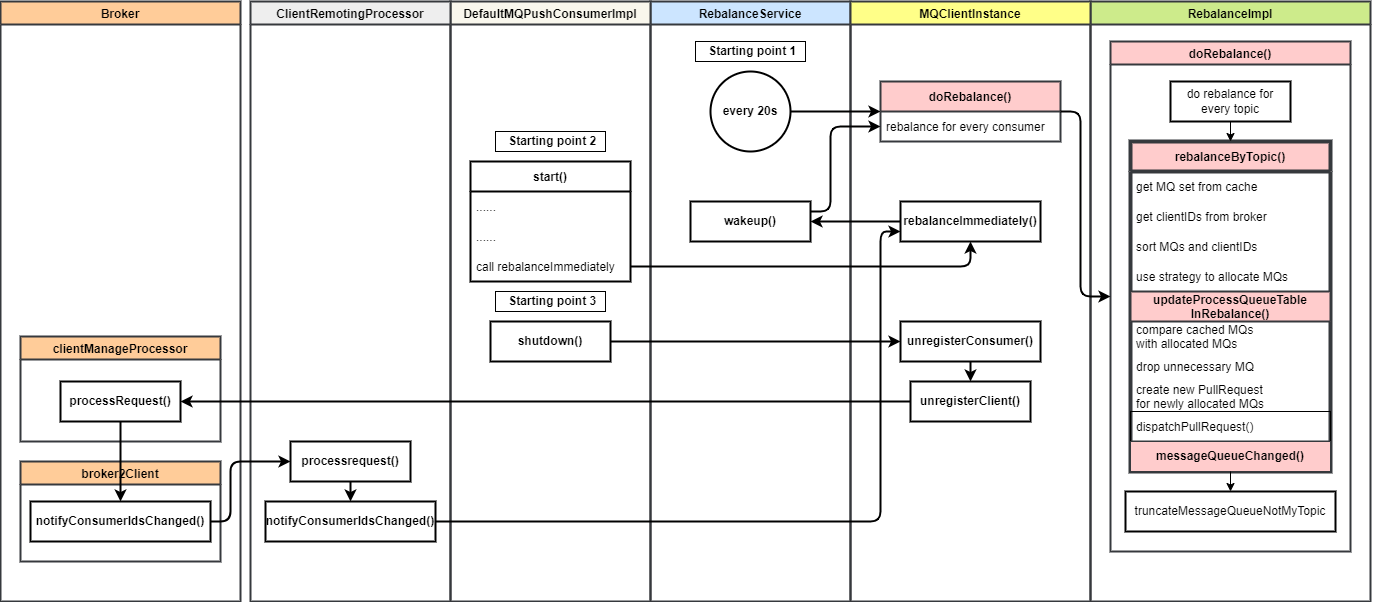
Above: assets/rocketmq-consume-message/rocketmq-consumer-rebalance-process.drawio.png in HScarb/knowledge (draw.io), before the change. Source tidied: cells renumbered, new cells last; positions are measured from the earlier drawing's top-left corner, leaving out a move shared by most shapes. Source of this version:
```xml
<mxGraphModel>
  <root>
    <mxCell id="0" />
    <mxCell id="1" parent="0" />
    <mxCell id="2" value="RebalanceService" style="swimlane;strokeWidth=2;fillColor=#cce5ff;strokeColor=#36393d;" parent="1" vertex="1">
      <mxGeometry x="650" width="200" height="600" as="geometry" />
    </mxCell>
    <mxCell id="3" value="every 20s" style="ellipse;whiteSpace=wrap;html=1;strokeWidth=2;fontStyle=1;" parent="2" vertex="1">
      <mxGeometry x="60" y="70" width="80" height="80" as="geometry" />
    </mxCell>
    <mxCell id="4" value="wakeup()" style="rounded=0;whiteSpace=wrap;html=1;strokeColor=default;strokeWidth=2;fontStyle=1;" parent="2" vertex="1">
      <mxGeometry x="40" y="200" width="120" height="40" as="geometry" />
    </mxCell>
    <mxCell id="5" value="&amp;nbsp;Starting point 1" style="text;html=1;align=center;verticalAlign=middle;strokeWidth=1;fontStyle=1;shadow=0;sketch=0;strokeColor=default;fillColor=none;" parent="2" vertex="1">
      <mxGeometry x="45" y="40" width="110" height="20" as="geometry" />
    </mxCell>
    <mxCell id="6" value="RebalanceImpl" style="swimlane;strokeWidth=2;fillColor=#cdeb8b;strokeColor=#36393d;" parent="1" vertex="1">
      <mxGeometry x="1090" width="280" height="600" as="geometry" />
    </mxCell>
    <mxCell id="7" value="doRebalance()" style="swimlane;strokeWidth=2;fillColor=#ffcccc;strokeColor=#36393d;" parent="6" vertex="1">
      <mxGeometry x="20" y="40" width="240" height="510" as="geometry" />
    </mxCell>
    <mxCell id="8" value="rebalanceByTopic()" style="swimlane;fontStyle=1;horizontal=1;startSize=30;strokeWidth=4;fillColor=#ffcccc;strokeColor=#36393d;" parent="7" vertex="1">
      <mxGeometry x="20" y="100" width="200" height="330" as="geometry" />
    </mxCell>
    <mxCell id="9" value="get MQ set from cache" style="text;strokeColor=none;fillColor=none;align=left;verticalAlign=middle;spacingLeft=4;spacingRight=4;overflow=hidden;" parent="8" vertex="1">
      <mxGeometry y="30" width="200" height="30" as="geometry" />
    </mxCell>
    <mxCell id="10" value="get clientIDs from broker" style="text;strokeColor=none;fillColor=none;align=left;verticalAlign=middle;spacingLeft=4;spacingRight=4;overflow=hidden;" parent="8" vertex="1">
      <mxGeometry y="60" width="200" height="30" as="geometry" />
    </mxCell>
    <mxCell id="11" value="sort MQs and clientIDs" style="text;strokeColor=none;fillColor=none;align=left;verticalAlign=middle;spacingLeft=4;spacingRight=4;overflow=hidden;" parent="8" vertex="1">
      <mxGeometry y="90" width="200" height="30" as="geometry" />
    </mxCell>
    <mxCell id="12" value="use strategy to allocate MQs" style="text;strokeColor=none;fillColor=none;align=left;verticalAlign=middle;spacingLeft=4;spacingRight=4;overflow=hidden;" parent="8" vertex="1">
      <mxGeometry y="120" width="200" height="30" as="geometry" />
    </mxCell>
    <mxCell id="13" value="updateProcessQueueTable&#10;InRebalance()" style="swimlane;fontStyle=1;horizontal=1;startSize=30;strokeWidth=2;fillColor=#ffcccc;strokeColor=#36393d;" parent="8" vertex="1">
      <mxGeometry y="150" width="200" height="150" as="geometry" />
    </mxCell>
    <mxCell id="14" value="compare cached MQs&#10;with allocated MQs" style="text;strokeColor=none;fillColor=none;align=left;verticalAlign=middle;spacingLeft=4;spacingRight=4;overflow=hidden;" parent="13" vertex="1">
      <mxGeometry y="30" width="200" height="30" as="geometry" />
    </mxCell>
    <mxCell id="15" value="drop unnecessary MQ" style="text;strokeColor=none;fillColor=none;align=left;verticalAlign=middle;spacingLeft=4;spacingRight=4;overflow=hidden;" parent="13" vertex="1">
      <mxGeometry y="60" width="200" height="30" as="geometry" />
    </mxCell>
    <mxCell id="16" value="create new PullRequest &#10;for newly allocated MQs" style="text;strokeColor=none;fillColor=none;align=left;verticalAlign=middle;spacingLeft=4;spacingRight=4;overflow=hidden;" parent="13" vertex="1">
      <mxGeometry y="90" width="200" height="30" as="geometry" />
    </mxCell>
    <mxCell id="17" value="dispatchPullRequest()" style="text;strokeColor=default;fillColor=none;align=left;verticalAlign=middle;spacingLeft=4;spacingRight=4;overflow=hidden;rounded=0;" parent="13" vertex="1">
      <mxGeometry y="120" width="200" height="30" as="geometry" />
    </mxCell>
    <mxCell id="18" value="messageQueueChanged()" style="rounded=0;whiteSpace=wrap;html=1;strokeColor=#36393d;strokeWidth=1;fontStyle=1;fillColor=#ffcccc;" parent="8" vertex="1">
      <mxGeometry y="300" width="200" height="30" as="geometry" />
    </mxCell>
    <mxCell id="19" style="edgeStyle=none;html=1;" parent="7" edge="1" source="20" target="8">
      <mxGeometry relative="1" as="geometry" />
    </mxCell>
    <mxCell id="20" value="do rebalance for every topic" style="rounded=0;whiteSpace=wrap;html=1;strokeWidth=2;" parent="7" vertex="1">
      <mxGeometry x="60" y="40" width="120" height="40" as="geometry" />
    </mxCell>
    <mxCell id="21" value="truncateMessageQueueNotMyTopic" style="rounded=0;whiteSpace=wrap;html=1;strokeColor=default;strokeWidth=2;" parent="7" vertex="1">
      <mxGeometry x="15" y="450" width="210" height="40" as="geometry" />
    </mxCell>
    <mxCell id="22" style="edgeStyle=none;html=1;" parent="7" edge="1" source="18" target="21">
      <mxGeometry relative="1" as="geometry" />
    </mxCell>
    <mxCell id="23" value="MQClientInstance" style="swimlane;strokeWidth=2;fillColor=#ffff88;strokeColor=#36393d;" parent="1" vertex="1">
      <mxGeometry x="850" width="240" height="600" as="geometry" />
    </mxCell>
    <mxCell id="24" value="doRebalance()" style="swimlane;fontStyle=1;horizontal=1;startSize=30;strokeWidth=2;fillColor=#ffcccc;strokeColor=#36393d;" parent="23" vertex="1">
      <mxGeometry x="30" y="80" width="180" height="60" as="geometry" />
    </mxCell>
    <mxCell id="25" value="rebalance for every consumer" style="text;strokeColor=none;fillColor=none;align=left;verticalAlign=middle;spacingLeft=4;spacingRight=4;overflow=hidden;points=[[0,0.5],[1,0.5]];portConstraint=eastwest;" parent="24" vertex="1">
      <mxGeometry y="30" width="180" height="30" as="geometry" />
    </mxCell>
    <mxCell id="26" value="rebalanceImmediately()" style="rounded=0;whiteSpace=wrap;html=1;strokeColor=default;strokeWidth=2;fontStyle=1;" parent="23" vertex="1">
      <mxGeometry x="50" y="200" width="140" height="40" as="geometry" />
    </mxCell>
    <mxCell id="27" style="edgeStyle=orthogonalEdgeStyle;html=1;strokeWidth=2;" parent="23" edge="1" source="28" target="29">
      <mxGeometry relative="1" as="geometry" />
    </mxCell>
    <mxCell id="28" value="unregisterConsumer()" style="rounded=0;whiteSpace=wrap;html=1;strokeColor=default;strokeWidth=2;fontStyle=1;" parent="23" vertex="1">
      <mxGeometry x="50" y="320" width="140" height="40" as="geometry" />
    </mxCell>
    <mxCell id="29" value="unregisterClient()" style="rounded=0;whiteSpace=wrap;html=1;strokeColor=default;strokeWidth=2;fontStyle=1;" parent="23" vertex="1">
      <mxGeometry x="60" y="380" width="120" height="40" as="geometry" />
    </mxCell>
    <mxCell id="30" style="edgeStyle=none;html=1;strokeWidth=2;" parent="1" edge="1" source="3" target="24">
      <mxGeometry relative="1" as="geometry" />
    </mxCell>
    <mxCell id="31" style="edgeStyle=orthogonalEdgeStyle;html=1;strokeWidth=2;" parent="1" edge="1" source="24" target="7">
      <mxGeometry relative="1" as="geometry">
        <Array as="points">
          <mxPoint x="1080" y="110" />
          <mxPoint x="1080" y="295" />
        </Array>
      </mxGeometry>
    </mxCell>
    <mxCell id="32" style="edgeStyle=orthogonalEdgeStyle;html=1;strokeWidth=2;" parent="1" edge="1" source="4" target="25">
      <mxGeometry relative="1" as="geometry">
        <Array as="points">
          <mxPoint x="830" y="210" />
          <mxPoint x="830" y="125" />
        </Array>
      </mxGeometry>
    </mxCell>
    <mxCell id="33" style="edgeStyle=orthogonalEdgeStyle;html=1;strokeWidth=2;" parent="1" edge="1" source="26" target="4">
      <mxGeometry relative="1" as="geometry" />
    </mxCell>
    <mxCell id="34" value="DefaultMQPushConsumerImpl" style="swimlane;rounded=0;strokeColor=#36393d;strokeWidth=2;fillColor=#f9f7ed;" parent="1" vertex="1">
      <mxGeometry x="450" width="200" height="600" as="geometry" />
    </mxCell>
    <mxCell id="35" value="start()" style="swimlane;fontStyle=1;horizontal=1;startSize=30;rounded=0;strokeColor=default;strokeWidth=2;" parent="34" vertex="1">
      <mxGeometry x="20" y="160" width="160" height="120" as="geometry" />
    </mxCell>
    <mxCell id="36" value="......" style="text;strokeColor=none;fillColor=none;align=left;verticalAlign=middle;spacingLeft=4;spacingRight=4;overflow=hidden;rounded=0;" parent="35" vertex="1">
      <mxGeometry y="30" width="160" height="30" as="geometry" />
    </mxCell>
    <mxCell id="37" value="......" style="text;strokeColor=none;fillColor=none;align=left;verticalAlign=middle;spacingLeft=4;spacingRight=4;overflow=hidden;rounded=0;" parent="35" vertex="1">
      <mxGeometry y="60" width="160" height="30" as="geometry" />
    </mxCell>
    <mxCell id="38" value="call rebalanceImmediately" style="text;strokeColor=none;fillColor=none;align=left;verticalAlign=middle;spacingLeft=4;spacingRight=4;overflow=hidden;points=[[0,0.5],[1,0.5]];portConstraint=eastwest;rounded=0;" parent="35" vertex="1">
      <mxGeometry y="90" width="160" height="30" as="geometry" />
    </mxCell>
    <mxCell id="39" value="shutdown()" style="rounded=0;whiteSpace=wrap;html=1;strokeColor=default;strokeWidth=2;fontStyle=1;" parent="34" vertex="1">
      <mxGeometry x="40" y="320" width="120" height="40" as="geometry" />
    </mxCell>
    <mxCell id="40" value="&amp;nbsp;Starting point 2" style="text;html=1;align=center;verticalAlign=middle;strokeWidth=1;fontStyle=1;shadow=0;sketch=0;strokeColor=default;" parent="34" vertex="1">
      <mxGeometry x="45" y="130" width="110" height="20" as="geometry" />
    </mxCell>
    <mxCell id="41" value="&amp;nbsp;Starting point 3" style="text;html=1;align=center;verticalAlign=middle;strokeWidth=1;fontStyle=1;shadow=0;sketch=0;strokeColor=default;" parent="34" vertex="1">
      <mxGeometry x="45" y="290" width="110" height="20" as="geometry" />
    </mxCell>
    <mxCell id="42" value="Broker" style="swimlane;rounded=0;strokeColor=#36393d;strokeWidth=2;fillColor=#ffcc99;" parent="1" vertex="1">
      <mxGeometry width="240" height="600" as="geometry" />
    </mxCell>
    <mxCell id="43" value="clientManageProcessor" style="swimlane;rounded=0;strokeColor=#36393d;strokeWidth=2;fillColor=#ffcc99;" parent="42" vertex="1">
      <mxGeometry x="20" y="335" width="200" height="105" as="geometry" />
    </mxCell>
    <mxCell id="44" value="processRequest()" style="rounded=0;whiteSpace=wrap;html=1;strokeColor=default;strokeWidth=2;fontStyle=1;" parent="43" vertex="1">
      <mxGeometry x="40" y="45" width="120" height="40" as="geometry" />
    </mxCell>
    <mxCell id="45" value="broker2Client" style="swimlane;rounded=0;strokeColor=#36393d;strokeWidth=2;fillColor=#ffcc99;" parent="42" vertex="1">
      <mxGeometry x="20" y="460" width="200" height="100" as="geometry" />
    </mxCell>
    <mxCell id="46" value="notifyConsumerIdsChanged()" style="rounded=0;whiteSpace=wrap;html=1;strokeColor=default;strokeWidth=2;fontStyle=1;" parent="45" vertex="1">
      <mxGeometry x="10" y="40" width="180" height="40" as="geometry" />
    </mxCell>
    <mxCell id="47" style="edgeStyle=orthogonalEdgeStyle;html=1;strokeWidth=2;" parent="42" edge="1" source="44" target="46">
      <mxGeometry relative="1" as="geometry" />
    </mxCell>
    <mxCell id="48" value="ClientRemotingProcessor" style="swimlane;rounded=0;strokeColor=#36393d;strokeWidth=2;fillColor=#eeeeee;" parent="1" vertex="1">
      <mxGeometry x="250" width="200" height="600" as="geometry" />
    </mxCell>
    <mxCell id="49" style="edgeStyle=orthogonalEdgeStyle;html=1;strokeWidth=2;" parent="48" edge="1" source="50" target="51">
      <mxGeometry relative="1" as="geometry" />
    </mxCell>
    <mxCell id="50" value="processrequest()" style="rounded=0;whiteSpace=wrap;html=1;strokeColor=default;strokeWidth=2;fontStyle=1;" parent="48" vertex="1">
      <mxGeometry x="40" y="440" width="120" height="40" as="geometry" />
    </mxCell>
    <mxCell id="51" value="notifyConsumerIdsChanged()" style="rounded=0;whiteSpace=wrap;html=1;strokeColor=default;strokeWidth=2;fontStyle=1;" parent="48" vertex="1">
      <mxGeometry x="15" y="500" width="170" height="40" as="geometry" />
    </mxCell>
    <mxCell id="52" style="edgeStyle=orthogonalEdgeStyle;html=1;strokeWidth=2;" parent="1" edge="1" source="29" target="44">
      <mxGeometry relative="1" as="geometry" />
    </mxCell>
    <mxCell id="53" style="edgeStyle=orthogonalEdgeStyle;html=1;strokeWidth=2;" parent="1" edge="1" source="39" target="28">
      <mxGeometry relative="1" as="geometry" />
    </mxCell>
    <mxCell id="54" style="edgeStyle=orthogonalEdgeStyle;html=1;strokeWidth=2;" parent="1" edge="1" source="46" target="50">
      <mxGeometry relative="1" as="geometry">
        <Array as="points">
          <mxPoint x="230" y="520" />
          <mxPoint x="230" y="460" />
        </Array>
      </mxGeometry>
    </mxCell>
    <mxCell id="55" style="edgeStyle=orthogonalEdgeStyle;html=1;strokeWidth=2;" parent="1" edge="1" source="51" target="26">
      <mxGeometry relative="1" as="geometry">
        <Array as="points">
          <mxPoint x="880" y="520" />
          <mxPoint x="880" y="230" />
        </Array>
      </mxGeometry>
    </mxCell>
    <mxCell id="56" style="edgeStyle=orthogonalEdgeStyle;html=1;strokeWidth=2;" parent="1" edge="1" source="38" target="26">
      <mxGeometry relative="1" as="geometry" />
    </mxCell>
  </root>
</mxGraphModel>
```
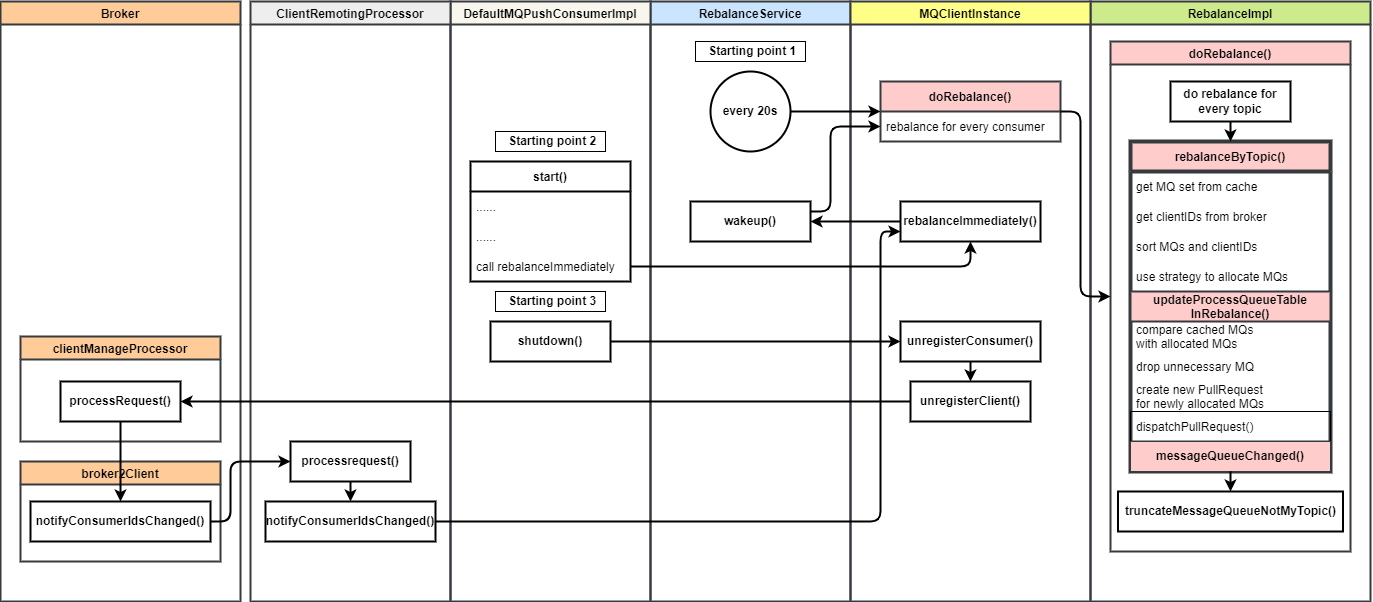
Later version of the same file.

Diff of the diagram source:
```diff
@@ -53,16 +53,16 @@
     <mxCell id="18" value="messageQueueChanged()" style="rounded=0;whiteSpace=wrap;html=1;strokeColor=#36393d;strokeWidth=1;fontStyle=1;fillColor=#ffcccc;" parent="8" vertex="1">
       <mxGeometry y="300" width="200" height="30" as="geometry" />
     </mxCell>
-    <mxCell id="19" style="edgeStyle=none;html=1;" parent="7" edge="1" source="20" target="8">
+    <mxCell id="19" style="edgeStyle=none;html=1;strokeWidth=2;" parent="7" edge="1" source="20" target="8">
       <mxGeometry relative="1" as="geometry" />
     </mxCell>
-    <mxCell id="20" value="do rebalance for every topic" style="rounded=0;whiteSpace=wrap;html=1;strokeWidth=2;" parent="7" vertex="1">
+    <mxCell id="20" value="do rebalance for every topic" style="rounded=0;whiteSpace=wrap;html=1;strokeWidth=2;fontStyle=1;" parent="7" vertex="1">
       <mxGeometry x="60" y="40" width="120" height="40" as="geometry" />
     </mxCell>
-    <mxCell id="21" value="truncateMessageQueueNotMyTopic" style="rounded=0;whiteSpace=wrap;html=1;strokeColor=default;strokeWidth=2;" parent="7" vertex="1">
-      <mxGeometry x="15" y="450" width="210" height="40" as="geometry" />
+    <mxCell id="21" value="truncateMessageQueueNotMyTopic()" style="rounded=0;whiteSpace=wrap;html=1;strokeColor=default;strokeWidth=2;fontStyle=1;" parent="7" vertex="1">
+      <mxGeometry x="7.5" y="450" width="225" height="40" as="geometry" />
     </mxCell>
-    <mxCell id="22" style="edgeStyle=none;html=1;" parent="7" edge="1" source="18" target="21">
+    <mxCell id="22" style="edgeStyle=none;html=1;strokeWidth=2;" parent="7" edge="1" source="18" target="21">
       <mxGeometry relative="1" as="geometry" />
     </mxCell>
     <mxCell id="23" value="MQClientInstance" style="swimlane;strokeWidth=2;fillColor=#ffff88;strokeColor=#36393d;" parent="1" vertex="1">
```
